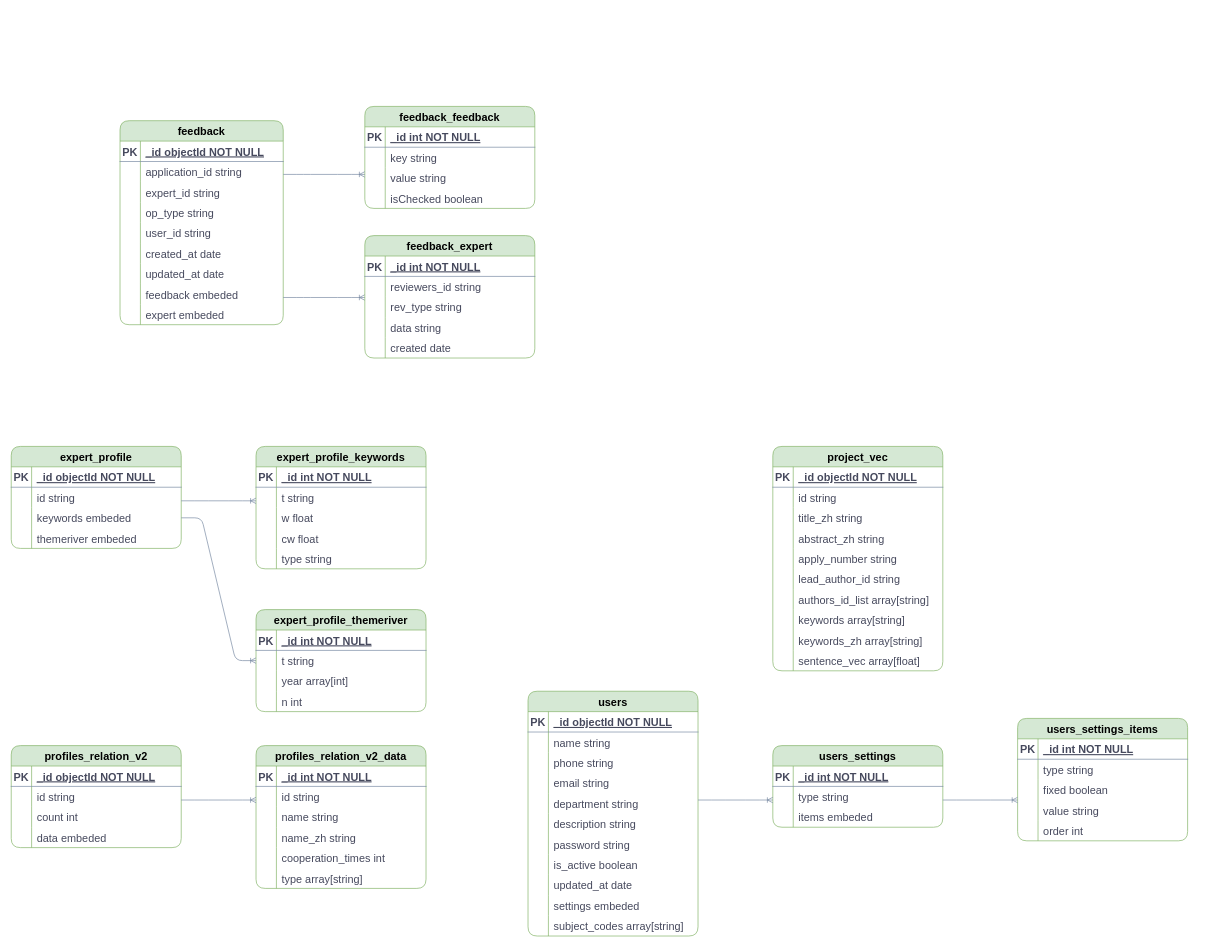
Earlier version of the draw.io diagram ITIC_E-R.drawio (xianghuzhao/chart). Source tidied: cells renumbered, new cells numbered last; positions are measured from the earlier drawing's top-left corner, leaving out a move shared by most shapes. Both pictures are drawn from the tidied source at 68%, with x=0, y=0 at pixel (11, 106).
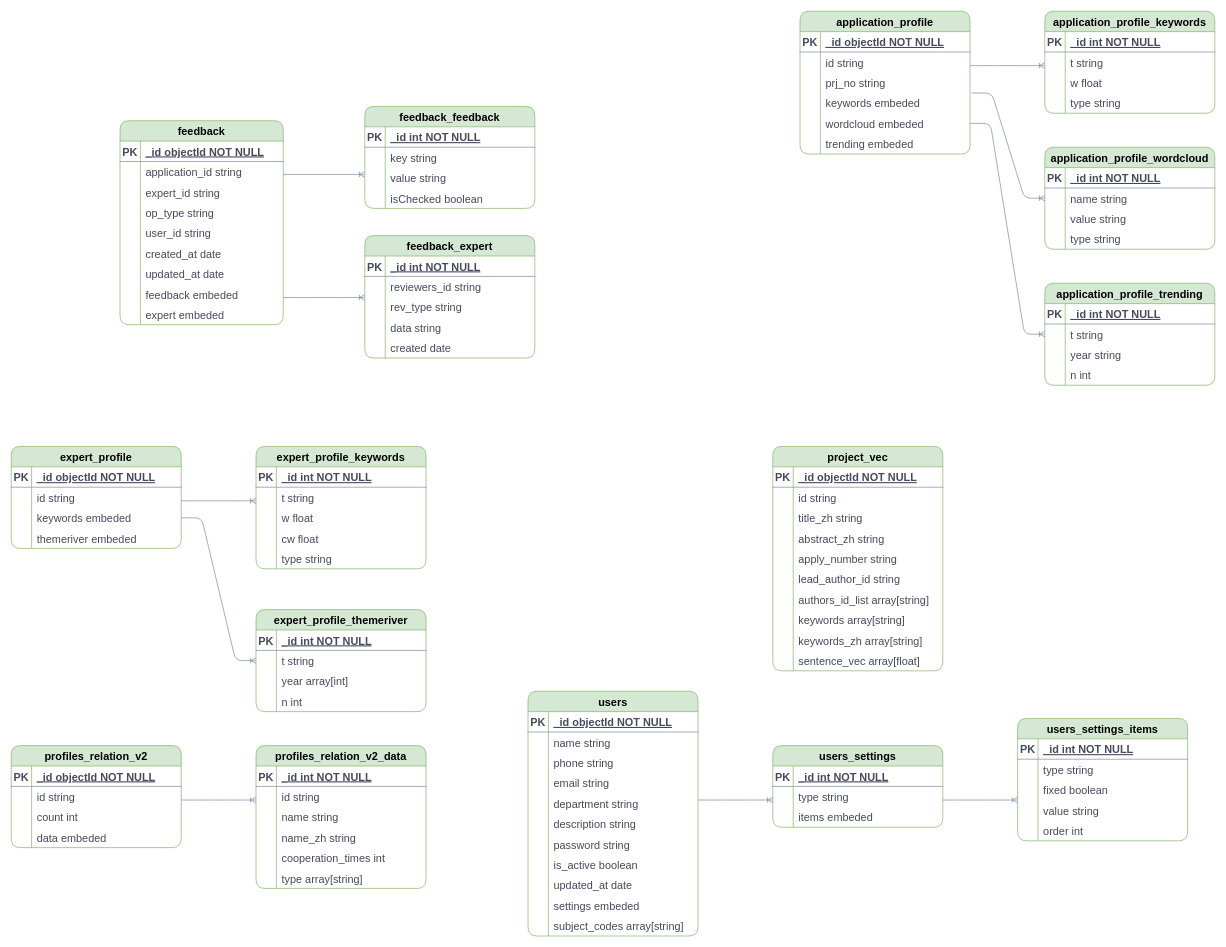
The same diagram, later.

The edit, as a diff of the source:
```diff
@@
+    <mxCell id="231" value="application_profile" style="shape=table;startSize=30;childLayout=tableLayout;rowLines=0;fontStyle=1;align=center;rounded=1;fillColor=#d5e8d4;strokeColor=#82b366;fontSize=16;" parent="1" vertex="1">
+      <mxGeometry x="1160" y="-140" width="250" height="210" as="geometry" />
+    </mxCell>
+    <mxCell id="232" style="shape=partialRectangle;fillColor=none;top=0;left=0;right=0;bottom=1;rounded=1;strokeColor=#788AA3;fontColor=#46495D;fontSize=16;" parent="231" vertex="1">
+      <mxGeometry y="30" width="250" height="30" as="geometry" />
+    </mxCell>
+    <mxCell id="233" value="PK" style="shape=partialRectangle;overflow=hidden;fillColor=none;top=0;left=0;bottom=0;right=0;fontStyle=1;rounded=1;strokeColor=#788AA3;fontColor=#46495D;fontSize=16;" parent="232" vertex="1">
+      <mxGeometry width="30" height="30" as="geometry" />
+    </mxCell>
+    <mxCell id="234" value="_id objectId NOT NULL " style="shape=partialRectangle;overflow=hidden;fillColor=none;top=0;left=0;bottom=0;right=0;align=left;spacingLeft=6;fontStyle=5;rounded=1;strokeColor=#788AA3;fontColor=#46495D;fontSize=16;" parent="232" vertex="1">
+      <mxGeometry x="30" width="220" height="30" as="geometry" />
+    </mxCell>
+    <mxCell id="235" style="shape=partialRectangle;fillColor=none;top=0;left=0;right=0;bottom=0;rounded=1;strokeColor=#788AA3;fontColor=#46495D;fontSize=16;" parent="231" vertex="1">
+      <mxGeometry y="60" width="250" height="30" as="geometry" />
+    </mxCell>
+    <mxCell id="236" style="shape=partialRectangle;overflow=hidden;fillColor=none;top=0;left=0;bottom=0;right=0;rounded=1;strokeColor=#788AA3;fontColor=#46495D;fontSize=16;" parent="235" vertex="1">
+      <mxGeometry width="30" height="30" as="geometry" />
+    </mxCell>
+    <mxCell id="237" value="id string" style="shape=partialRectangle;overflow=hidden;fillColor=none;top=0;left=0;bottom=0;right=0;align=left;spacingLeft=6;rounded=1;strokeColor=#788AA3;fontColor=#46495D;fontSize=16;" parent="235" vertex="1">
+      <mxGeometry x="30" width="220" height="30" as="geometry" />
+    </mxCell>
+    <mxCell id="238" style="shape=partialRectangle;fillColor=none;top=0;left=0;right=0;bottom=0;rounded=1;strokeColor=#788AA3;fontColor=#46495D;fontSize=16;" parent="231" vertex="1">
+      <mxGeometry y="90" width="250" height="30" as="geometry" />
+    </mxCell>
+    <mxCell id="239" style="shape=partialRectangle;overflow=hidden;fillColor=none;top=0;left=0;bottom=0;right=0;rounded=1;strokeColor=#788AA3;fontColor=#46495D;fontSize=16;" parent="238" vertex="1">
+      <mxGeometry width="30" height="30" as="geometry" />
+    </mxCell>
+    <mxCell id="240" value="prj_no string" style="shape=partialRectangle;overflow=hidden;fillColor=none;top=0;left=0;bottom=0;right=0;align=left;spacingLeft=6;rounded=1;strokeColor=#788AA3;fontColor=#46495D;fontSize=16;" parent="238" vertex="1">
+      <mxGeometry x="30" width="220" height="30" as="geometry" />
+    </mxCell>
+    <mxCell id="241" style="shape=partialRectangle;fillColor=none;points=[[0,0.5],[1,0.5]];portConstraint=eastwest;top=0;left=0;right=0;bottom=0;rounded=1;strokeColor=#788AA3;fontColor=#46495D;fontSize=16;" parent="231" vertex="1">
+      <mxGeometry y="120" width="250" height="30" as="geometry" />
+    </mxCell>
+    <mxCell id="242" style="shape=partialRectangle;overflow=hidden;fillColor=none;top=0;left=0;bottom=0;right=0;rounded=1;strokeColor=#788AA3;fontColor=#46495D;fontSize=16;" parent="241" vertex="1">
+      <mxGeometry width="30" height="30" as="geometry" />
+    </mxCell>
+    <mxCell id="243" value="keywords embeded" style="shape=partialRectangle;overflow=hidden;fillColor=none;top=0;left=0;bottom=0;right=0;align=left;spacingLeft=6;rounded=1;strokeColor=#788AA3;fontColor=#46495D;fontSize=16;" parent="241" vertex="1">
+      <mxGeometry x="30" width="220" height="30" as="geometry" />
+    </mxCell>
+    <mxCell id="244" style="shape=partialRectangle;fillColor=none;points=[[0,0.5],[1,0.5]];portConstraint=eastwest;top=0;left=0;right=0;bottom=0;rounded=1;strokeColor=#788AA3;fontColor=#46495D;fontSize=16;" parent="231" vertex="1">
+      <mxGeometry y="150" width="250" height="30" as="geometry" />
+    </mxCell>
+    <mxCell id="245" style="shape=partialRectangle;overflow=hidden;fillColor=none;top=0;left=0;bottom=0;right=0;rounded=1;strokeColor=#788AA3;fontColor=#46495D;fontSize=16;" parent="244" vertex="1">
+      <mxGeometry width="30" height="30" as="geometry" />
+    </mxCell>
+    <mxCell id="246" value="wordcloud embeded" style="shape=partialRectangle;overflow=hidden;fillColor=none;top=0;left=0;bottom=0;right=0;align=left;spacingLeft=6;rounded=1;strokeColor=#788AA3;fontColor=#46495D;fontSize=16;" parent="244" vertex="1">
+      <mxGeometry x="30" width="220" height="30" as="geometry" />
+    </mxCell>
+    <mxCell id="247" style="shape=partialRectangle;fillColor=none;top=0;left=0;right=0;bottom=0;rounded=1;strokeColor=#788AA3;fontColor=#46495D;fontSize=16;" parent="231" vertex="1">
+      <mxGeometry y="180" width="250" height="30" as="geometry" />
+    </mxCell>
+    <mxCell id="248" style="shape=partialRectangle;overflow=hidden;fillColor=none;top=0;left=0;bottom=0;right=0;rounded=1;strokeColor=#788AA3;fontColor=#46495D;fontSize=16;" parent="247" vertex="1">
+      <mxGeometry width="30" height="30" as="geometry" />
+    </mxCell>
+    <mxCell id="249" value="trending embeded" style="shape=partialRectangle;overflow=hidden;fillColor=none;top=0;left=0;bottom=0;right=0;align=left;spacingLeft=6;rounded=1;strokeColor=#788AA3;fontColor=#46495D;fontSize=16;" parent="247" vertex="1">
+      <mxGeometry x="30" width="220" height="30" as="geometry" />
+    </mxCell>
+    <mxCell id="250" value="application_profile_keywords" style="shape=table;startSize=30;childLayout=tableLayout;rowLines=0;fontStyle=1;align=center;rounded=1;fillColor=#d5e8d4;strokeColor=#82b366;fontSize=16;" parent="1" vertex="1">
+      <mxGeometry x="1520" y="-140" width="250" height="150" as="geometry" />
+    </mxCell>
+    <mxCell id="251" style="shape=partialRectangle;fillColor=none;top=0;left=0;right=0;bottom=1;rounded=1;strokeColor=#788AA3;fontColor=#46495D;fontSize=16;" parent="250" vertex="1">
+      <mxGeometry y="30" width="250" height="30" as="geometry" />
+    </mxCell>
+    <mxCell id="252" value="PK" style="shape=partialRectangle;overflow=hidden;fillColor=none;top=0;left=0;bottom=0;right=0;fontStyle=1;rounded=1;strokeColor=#788AA3;fontColor=#46495D;fontSize=16;" parent="251" vertex="1">
+      <mxGeometry width="30" height="30" as="geometry" />
+    </mxCell>
+    <mxCell id="253" value="_id int NOT NULL " style="shape=partialRectangle;overflow=hidden;fillColor=none;top=0;left=0;bottom=0;right=0;align=left;spacingLeft=6;fontStyle=5;rounded=1;strokeColor=#788AA3;fontColor=#46495D;fontSize=16;" parent="251" vertex="1">
+      <mxGeometry x="30" width="220" height="30" as="geometry" />
+    </mxCell>
+    <mxCell id="254" style="shape=partialRectangle;fillColor=none;top=0;left=0;right=0;bottom=0;rounded=1;strokeColor=#788AA3;fontColor=#46495D;fontSize=16;" parent="250" vertex="1">
+      <mxGeometry y="60" width="250" height="30" as="geometry" />
+    </mxCell>
+    <mxCell id="255" style="shape=partialRectangle;overflow=hidden;fillColor=none;top=0;left=0;bottom=0;right=0;rounded=1;strokeColor=#788AA3;fontColor=#46495D;fontSize=16;" parent="254" vertex="1">
+      <mxGeometry width="30" height="30" as="geometry" />
+    </mxCell>
+    <mxCell id="256" value="t string" style="shape=partialRectangle;overflow=hidden;fillColor=none;top=0;left=0;bottom=0;right=0;align=left;spacingLeft=6;rounded=1;strokeColor=#788AA3;fontColor=#46495D;fontSize=16;" parent="254" vertex="1">
+      <mxGeometry x="30" width="220" height="30" as="geometry" />
+    </mxCell>
+    <mxCell id="257" style="shape=partialRectangle;fillColor=none;top=0;left=0;right=0;bottom=0;rounded=1;strokeColor=#788AA3;fontColor=#46495D;fontSize=16;" parent="250" vertex="1">
+      <mxGeometry y="90" width="250" height="30" as="geometry" />
+    </mxCell>
+    <mxCell id="258" style="shape=partialRectangle;overflow=hidden;fillColor=none;top=0;left=0;bottom=0;right=0;rounded=1;strokeColor=#788AA3;fontColor=#46495D;fontSize=16;" parent="257" vertex="1">
+      <mxGeometry width="30" height="30" as="geometry" />
+    </mxCell>
+    <mxCell id="259" value="w float" style="shape=partialRectangle;overflow=hidden;fillColor=none;top=0;left=0;bottom=0;right=0;align=left;spacingLeft=6;rounded=1;strokeColor=#788AA3;fontColor=#46495D;fontSize=16;" parent="257" vertex="1">
+      <mxGeometry x="30" width="220" height="30" as="geometry" />
+    </mxCell>
+    <mxCell id="260" style="shape=partialRectangle;fillColor=none;top=0;left=0;right=0;bottom=0;rounded=1;strokeColor=#788AA3;fontColor=#46495D;fontSize=16;" parent="250" vertex="1">
+      <mxGeometry y="120" width="250" height="30" as="geometry" />
+    </mxCell>
+    <mxCell id="261" style="shape=partialRectangle;overflow=hidden;fillColor=none;top=0;left=0;bottom=0;right=0;rounded=1;strokeColor=#788AA3;fontColor=#46495D;fontSize=16;" parent="260" vertex="1">
+      <mxGeometry width="30" height="30" as="geometry" />
+    </mxCell>
+    <mxCell id="262" value="type string" style="shape=partialRectangle;overflow=hidden;fillColor=none;top=0;left=0;bottom=0;right=0;align=left;spacingLeft=6;rounded=1;strokeColor=#788AA3;fontColor=#46495D;fontSize=16;" parent="260" vertex="1">
+      <mxGeometry x="30" width="220" height="30" as="geometry" />
+    </mxCell>
+    <mxCell id="263" value="application_profile_wordcloud" style="shape=table;startSize=30;childLayout=tableLayout;rowLines=0;fontStyle=1;align=center;rounded=1;fillColor=#d5e8d4;strokeColor=#82b366;fontSize=16;" parent="1" vertex="1">
+      <mxGeometry x="1520" y="60" width="250" height="150" as="geometry" />
+    </mxCell>
+    <mxCell id="264" style="shape=partialRectangle;fillColor=none;top=0;left=0;right=0;bottom=1;rounded=1;strokeColor=#788AA3;fontColor=#46495D;fontSize=16;" parent="263" vertex="1">
+      <mxGeometry y="30" width="250" height="30" as="geometry" />
+    </mxCell>
+    <mxCell id="265" value="PK" style="shape=partialRectangle;overflow=hidden;fillColor=none;top=0;left=0;bottom=0;right=0;fontStyle=1;rounded=1;strokeColor=#788AA3;fontColor=#46495D;fontSize=16;" parent="264" vertex="1">
+      <mxGeometry width="30" height="30" as="geometry" />
+    </mxCell>
+    <mxCell id="266" value="_id int NOT NULL " style="shape=partialRectangle;overflow=hidden;fillColor=none;top=0;left=0;bottom=0;right=0;align=left;spacingLeft=6;fontStyle=5;rounded=1;strokeColor=#788AA3;fontColor=#46495D;fontSize=16;" parent="264" vertex="1">
+      <mxGeometry x="30" width="220" height="30" as="geometry" />
+    </mxCell>
+    <mxCell id="267" style="shape=partialRectangle;fillColor=none;points=[[0,0.5],[1,0.5]];portConstraint=eastwest;top=0;left=0;right=0;bottom=0;rounded=1;strokeColor=#788AA3;fontColor=#46495D;fontSize=16;" parent="263" vertex="1">
+      <mxGeometry y="60" width="250" height="30" as="geometry" />
+    </mxCell>
+    <mxCell id="268" style="shape=partialRectangle;overflow=hidden;fillColor=none;top=0;left=0;bottom=0;right=0;rounded=1;strokeColor=#788AA3;fontColor=#46495D;fontSize=16;" parent="267" vertex="1">
+      <mxGeometry width="30" height="30" as="geometry" />
+    </mxCell>
+    <mxCell id="269" value="name string" style="shape=partialRectangle;overflow=hidden;fillColor=none;top=0;left=0;bottom=0;right=0;align=left;spacingLeft=6;rounded=1;strokeColor=#788AA3;fontColor=#46495D;fontSize=16;" parent="267" vertex="1">
+      <mxGeometry x="30" width="220" height="30" as="geometry" />
+    </mxCell>
+    <mxCell id="270" style="shape=partialRectangle;fillColor=none;top=0;left=0;right=0;bottom=0;rounded=1;strokeColor=#788AA3;fontColor=#46495D;fontSize=16;" parent="263" vertex="1">
+      <mxGeometry y="90" width="250" height="30" as="geometry" />
+    </mxCell>
+    <mxCell id="271" style="shape=partialRectangle;overflow=hidden;fillColor=none;top=0;left=0;bottom=0;right=0;rounded=1;strokeColor=#788AA3;fontColor=#46495D;fontSize=16;" parent="270" vertex="1">
+      <mxGeometry width="30" height="30" as="geometry" />
+    </mxCell>
+    <mxCell id="272" value="value string" style="shape=partialRectangle;overflow=hidden;fillColor=none;top=0;left=0;bottom=0;right=0;align=left;spacingLeft=6;rounded=1;strokeColor=#788AA3;fontColor=#46495D;fontSize=16;" parent="270" vertex="1">
+      <mxGeometry x="30" width="220" height="30" as="geometry" />
+    </mxCell>
+    <mxCell id="273" style="shape=partialRectangle;fillColor=none;top=0;left=0;right=0;bottom=0;rounded=1;strokeColor=#788AA3;fontColor=#46495D;fontSize=16;" parent="263" vertex="1">
+      <mxGeometry y="120" width="250" height="30" as="geometry" />
+    </mxCell>
+    <mxCell id="274" style="shape=partialRectangle;overflow=hidden;fillColor=none;top=0;left=0;bottom=0;right=0;rounded=1;strokeColor=#788AA3;fontColor=#46495D;fontSize=16;" parent="273" vertex="1">
+      <mxGeometry width="30" height="30" as="geometry" />
+    </mxCell>
+    <mxCell id="275" value="type string" style="shape=partialRectangle;overflow=hidden;fillColor=none;top=0;left=0;bottom=0;right=0;align=left;spacingLeft=6;rounded=1;strokeColor=#788AA3;fontColor=#46495D;fontSize=16;" parent="273" vertex="1">
+      <mxGeometry x="30" width="220" height="30" as="geometry" />
+    </mxCell>
+    <mxCell id="276" value="application_profile_trending" style="shape=table;startSize=30;childLayout=tableLayout;rowLines=0;fontStyle=1;align=center;rounded=1;fillColor=#d5e8d4;strokeColor=#82b366;fontSize=16;" parent="1" vertex="1">
+      <mxGeometry x="1520" y="260" width="250" height="150" as="geometry" />
+    </mxCell>
+    <mxCell id="277" style="shape=partialRectangle;fillColor=none;top=0;left=0;right=0;bottom=1;rounded=1;strokeColor=#788AA3;fontColor=#46495D;fontSize=16;" parent="276" vertex="1">
+      <mxGeometry y="30" width="250" height="30" as="geometry" />
+    </mxCell>
+    <mxCell id="278" value="PK" style="shape=partialRectangle;overflow=hidden;fillColor=none;top=0;left=0;bottom=0;right=0;fontStyle=1;rounded=1;strokeColor=#788AA3;fontColor=#46495D;fontSize=16;" parent="277" vertex="1">
+      <mxGeometry width="30" height="30" as="geometry" />
+    </mxCell>
+    <mxCell id="279" value="_id int NOT NULL " style="shape=partialRectangle;overflow=hidden;fillColor=none;top=0;left=0;bottom=0;right=0;align=left;spacingLeft=6;fontStyle=5;rounded=1;strokeColor=#788AA3;fontColor=#46495D;fontSize=16;" parent="277" vertex="1">
+      <mxGeometry x="30" width="220" height="30" as="geometry" />
+    </mxCell>
+    <mxCell id="280" style="shape=partialRectangle;fillColor=none;points=[[0,0.5],[1,0.5]];portConstraint=eastwest;top=0;left=0;right=0;bottom=0;rounded=1;strokeColor=#788AA3;fontColor=#46495D;fontSize=16;" parent="276" vertex="1">
+      <mxGeometry y="60" width="250" height="30" as="geometry" />
+    </mxCell>
+    <mxCell id="281" style="shape=partialRectangle;overflow=hidden;fillColor=none;top=0;left=0;bottom=0;right=0;rounded=1;strokeColor=#788AA3;fontColor=#46495D;fontSize=16;" parent="280" vertex="1">
+      <mxGeometry width="30" height="30" as="geometry" />
+    </mxCell>
+    <mxCell id="282" value="t string" style="shape=partialRectangle;overflow=hidden;fillColor=none;top=0;left=0;bottom=0;right=0;align=left;spacingLeft=6;rounded=1;strokeColor=#788AA3;fontColor=#46495D;fontSize=16;" parent="280" vertex="1">
+      <mxGeometry x="30" width="220" height="30" as="geometry" />
+    </mxCell>
+    <mxCell id="283" style="shape=partialRectangle;fillColor=none;top=0;left=0;right=0;bottom=0;rounded=1;strokeColor=#788AA3;fontColor=#46495D;fontSize=16;" parent="276" vertex="1">
+      <mxGeometry y="90" width="250" height="30" as="geometry" />
+    </mxCell>
+    <mxCell id="284" style="shape=partialRectangle;overflow=hidden;fillColor=none;top=0;left=0;bottom=0;right=0;rounded=1;strokeColor=#788AA3;fontColor=#46495D;fontSize=16;" parent="283" vertex="1">
+      <mxGeometry width="30" height="30" as="geometry" />
+    </mxCell>
+    <mxCell id="285" value="year string" style="shape=partialRectangle;overflow=hidden;fillColor=none;top=0;left=0;bottom=0;right=0;align=left;spacingLeft=6;rounded=1;strokeColor=#788AA3;fontColor=#46495D;fontSize=16;" parent="283" vertex="1">
+      <mxGeometry x="30" width="220" height="30" as="geometry" />
+    </mxCell>
+    <mxCell id="286" style="shape=partialRectangle;fillColor=none;top=0;left=0;right=0;bottom=0;rounded=1;strokeColor=#788AA3;fontColor=#46495D;fontSize=16;" parent="276" vertex="1">
+      <mxGeometry y="120" width="250" height="30" as="geometry" />
+    </mxCell>
+    <mxCell id="287" style="shape=partialRectangle;overflow=hidden;fillColor=none;top=0;left=0;bottom=0;right=0;rounded=1;strokeColor=#788AA3;fontColor=#46495D;fontSize=16;" parent="286" vertex="1">
+      <mxGeometry width="30" height="30" as="geometry" />
+    </mxCell>
+    <mxCell id="288" value="n int" style="shape=partialRectangle;overflow=hidden;fillColor=none;top=0;left=0;bottom=0;right=0;align=left;spacingLeft=6;rounded=1;strokeColor=#788AA3;fontColor=#46495D;fontSize=16;" parent="286" vertex="1">
+      <mxGeometry x="30" width="220" height="30" as="geometry" />
+    </mxCell>
+    <mxCell id="289" style="edgeStyle=entityRelationEdgeStyle;fontSize=12;html=1;endArrow=ERoneToMany;rounded=1;sketch=0;fontColor=#46495D;strokeColor=#788AA3;fillColor=#B2C9AB;" parent="1" edge="1">
+      <mxGeometry x="0.09" y="-30" relative="1" as="geometry">
+        <mxPoint x="1410" y="-60" as="sourcePoint" />
+        <mxPoint x="1520" y="-60" as="targetPoint" />
+      </mxGeometry>
+    </mxCell>
+    <mxCell id="290" style="edgeStyle=entityRelationEdgeStyle;fontSize=12;html=1;endArrow=ERoneToMany;rounded=1;sketch=0;fontColor=#46495D;strokeColor=#788AA3;fillColor=#B2C9AB;exitX=1.008;exitY=0.011;exitDx=0;exitDy=0;exitPerimeter=0;entryX=0;entryY=0.5;entryDx=0;entryDy=0;" parent="1" edge="1" source="241" target="267">
+      <mxGeometry x="0.09" y="-30" relative="1" as="geometry" />
+    </mxCell>
+    <mxCell id="291" style="edgeStyle=entityRelationEdgeStyle;fontSize=12;html=1;endArrow=ERoneToMany;rounded=1;sketch=0;fontColor=#46495D;strokeColor=#788AA3;fillColor=#B2C9AB;exitX=1;exitY=0.5;exitDx=0;exitDy=0;entryX=0;entryY=0.5;entryDx=0;entryDy=0;" parent="1" edge="1" source="244" target="280">
+      <mxGeometry x="0.09" y="-30" relative="1" as="geometry" />
+    </mxCell>
```
